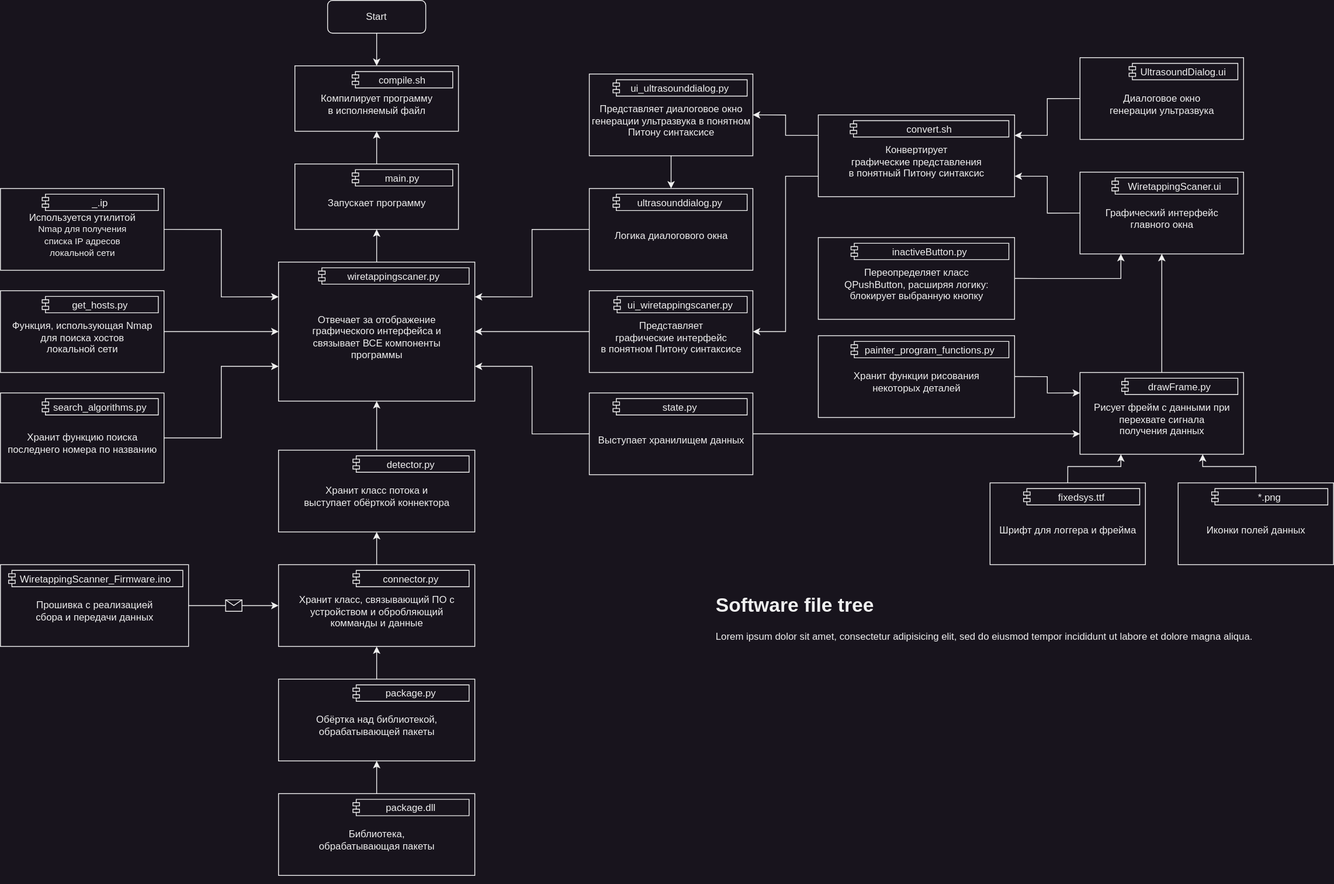
This is schemes/Wiretapping Scanner-Software file tree.drawio.svg from Nakama3942/WiretappingScanner, a draw.io export, as it was before one commit. Source tidied: cells renumbered, new cells last; positions are measured from the earlier drawing's top-left corner, leaving out a move shared by most shapes.
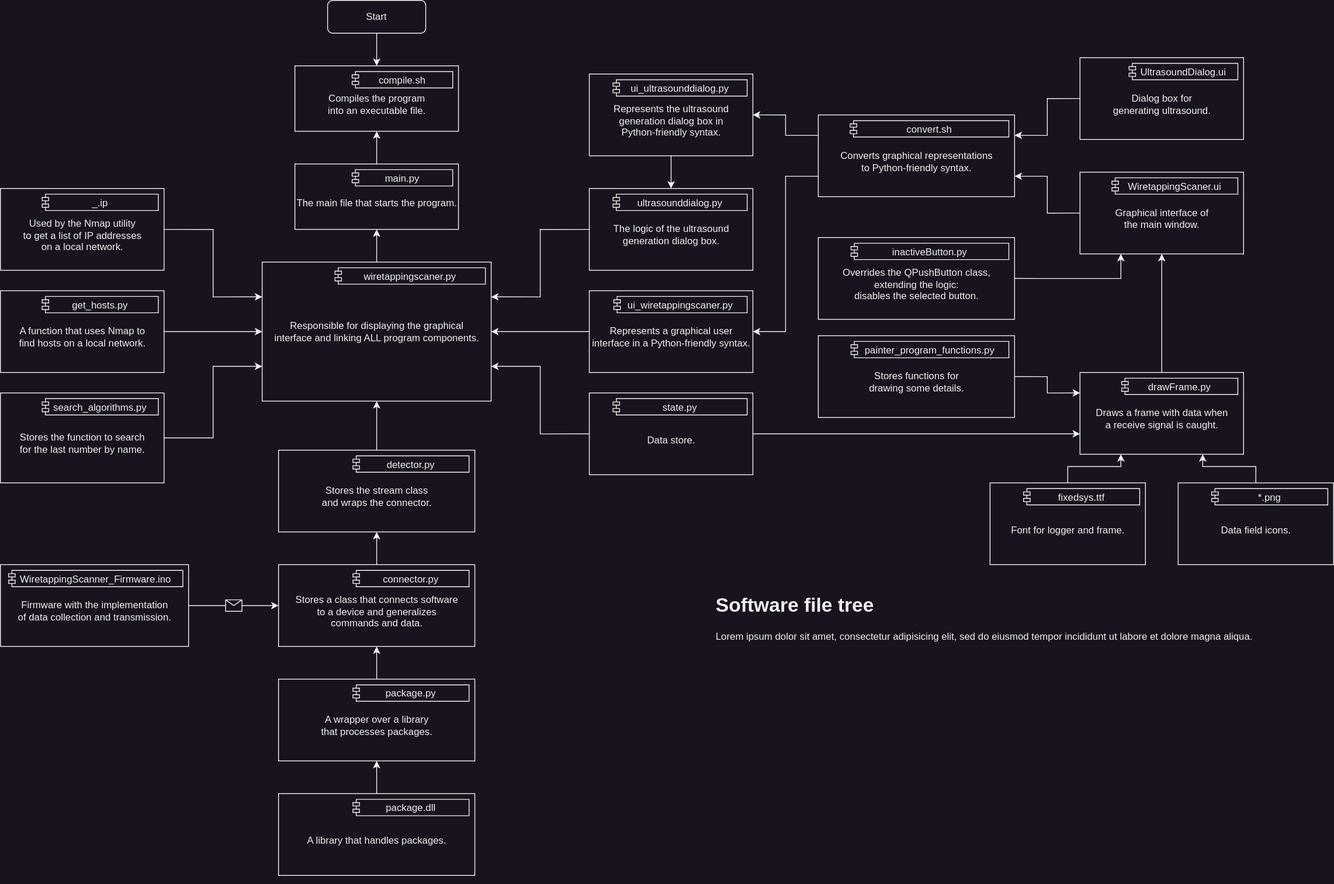
The same diagram one commit later.

What changed in the source:
```diff
@@ -11,7 +11,7 @@
     <mxCell id="4" style="edgeStyle=orthogonalEdgeStyle;rounded=0;jettySize=auto;html=1;exitX=1;exitY=0.5;exitDx=0;exitDy=0;entryX=0;entryY=0.25;entryDx=0;entryDy=0;" parent="1" edge="1" source="5" target="11">
       <mxGeometry relative="1" as="geometry" />
     </mxCell>
-    <mxCell id="5" value="&lt;br&gt;Используется утилитой&lt;br style=&quot;font-size: 11px;&quot;&gt;&lt;span style=&quot;font-size: 11px; background-color: rgb(24, 20, 29);&quot;&gt;Nmap для получения&lt;/span&gt;&lt;br style=&quot;font-size: 11px;&quot;&gt;&lt;span style=&quot;font-size: 11px; background-color: rgb(24, 20, 29);&quot;&gt;списка IP адресов&lt;/span&gt;&lt;br style=&quot;font-size: 11px;&quot;&gt;&lt;span style=&quot;font-size: 11px; background-color: rgb(24, 20, 29);&quot;&gt;локальной сети&lt;/span&gt;" style="html=1;" parent="1" vertex="1">
+    <mxCell id="5" value="&lt;br&gt;Used by the Nmap utility&lt;br&gt;to get a list of IP addresses&lt;br&gt;on a local network." style="html=1;" parent="1" vertex="1">
       <mxGeometry y="230" width="200" height="100" as="geometry" />
     </mxCell>
     <mxCell id="6" value="_.ip" style="shape=module;jettyWidth=8;jettyHeight=4;" parent="5" vertex="1">
@@ -22,7 +22,7 @@
     <mxCell id="7" style="edgeStyle=orthogonalEdgeStyle;rounded=0;jettySize=auto;html=1;exitX=0.5;exitY=0;exitDx=0;exitDy=0;entryX=0.5;entryY=1;entryDx=0;entryDy=0;" parent="1" edge="1" source="8" target="63">
       <mxGeometry relative="1" as="geometry" />
     </mxCell>
-    <mxCell id="8" value="&lt;br&gt;Запускает программу" style="html=1;" parent="1" vertex="1">
+    <mxCell id="8" value="&lt;br&gt;The main file that starts the program." style="html=1;" parent="1" vertex="1">
       <mxGeometry x="360" y="200" width="200" height="80" as="geometry" />
     </mxCell>
     <mxCell id="9" value="main.py" style="shape=module;jettyWidth=8;jettyHeight=4;" parent="8" vertex="1">
@@ -33,8 +33,8 @@
     <mxCell id="10" style="edgeStyle=orthogonalEdgeStyle;rounded=0;jettySize=auto;html=1;exitX=0.5;exitY=0;exitDx=0;exitDy=0;entryX=0.5;entryY=1;entryDx=0;entryDy=0;" parent="1" edge="1" source="11" target="8">
       <mxGeometry relative="1" as="geometry" />
     </mxCell>
-    <mxCell id="11" value="&lt;br&gt;Отвечает за отображение&lt;br&gt;графического интерфейса и&lt;br&gt;связывает ВСЕ компоненты&lt;br&gt;программы" style="html=1;" parent="1" vertex="1">
-      <mxGeometry x="340" y="320" width="240" height="170" as="geometry" />
+    <mxCell id="11" value="Responsible for displaying the graphical&lt;br&gt;interface and linking ALL program components." style="html=1;" parent="1" vertex="1">
+      <mxGeometry x="320" y="320" width="280" height="170" as="geometry" />
     </mxCell>
     <mxCell id="12" value="wiretappingscaner.py" style="shape=module;jettyWidth=8;jettyHeight=4;" parent="11" vertex="1">
       <mxGeometry x="1" width="184" height="20" relative="1" as="geometry">
@@ -44,7 +44,7 @@
     <mxCell id="13" style="edgeStyle=orthogonalEdgeStyle;rounded=0;jettySize=auto;html=1;exitX=0;exitY=0.5;exitDx=0;exitDy=0;entryX=1;entryY=0.5;entryDx=0;entryDy=0;" parent="1" edge="1" source="14" target="11">
       <mxGeometry relative="1" as="geometry" />
     </mxCell>
-    <mxCell id="14" value="&lt;br&gt;Представляет&lt;br&gt;графические интерфейс&lt;br&gt;в понятном Питону синтаксисе" style="html=1;" parent="1" vertex="1">
+    <mxCell id="14" value="&lt;br&gt;Represents a graphical user&lt;br&gt;interface in a Python-friendly syntax." style="html=1;" parent="1" vertex="1">
       <mxGeometry x="720" y="355" width="200" height="100" as="geometry" />
     </mxCell>
     <mxCell id="15" value="ui_wiretappingscaner.py" style="shape=module;jettyWidth=8;jettyHeight=4;" parent="14" vertex="1">
@@ -55,7 +55,7 @@
     <mxCell id="16" style="edgeStyle=orthogonalEdgeStyle;rounded=0;jettySize=auto;html=1;exitX=0;exitY=0.5;exitDx=0;exitDy=0;entryX=1;entryY=0.25;entryDx=0;entryDy=0;" parent="1" edge="1" source="17" target="11">
       <mxGeometry relative="1" as="geometry" />
     </mxCell>
-    <mxCell id="17" value="&lt;br&gt;Логика диалогового окна" style="html=1;" parent="1" vertex="1">
+    <mxCell id="17" value="&lt;br&gt;The logic of the ultrasound&lt;br&gt;generation dialog box." style="html=1;" parent="1" vertex="1">
       <mxGeometry x="720" y="230" width="200" height="100" as="geometry" />
     </mxCell>
     <mxCell id="18" value="ultrasounddialog.py" style="shape=module;jettyWidth=8;jettyHeight=4;" parent="17" vertex="1">
@@ -66,7 +66,7 @@
     <mxCell id="19" style="edgeStyle=orthogonalEdgeStyle;rounded=0;jettySize=auto;html=1;exitX=0.5;exitY=1;exitDx=0;exitDy=0;" parent="1" edge="1" source="20" target="17">
       <mxGeometry relative="1" as="geometry" />
     </mxCell>
-    <mxCell id="20" value="&lt;br&gt;Представляет диалоговое окно&lt;br&gt;генерации ультразвука в понятном&lt;br&gt;Питону синтаксисе" style="html=1;" parent="1" vertex="1">
+    <mxCell id="20" value="&lt;br&gt;Represents the ultrasound&lt;br&gt;generation dialog box in&lt;br&gt;Python-friendly syntax." style="html=1;" parent="1" vertex="1">
       <mxGeometry x="720" y="90" width="200" height="100" as="geometry" />
     </mxCell>
     <mxCell id="21" value="ui_ultrasounddialog.py" style="shape=module;jettyWidth=8;jettyHeight=4;" parent="20" vertex="1">
@@ -77,7 +77,7 @@
     <mxCell id="22" style="edgeStyle=orthogonalEdgeStyle;rounded=0;jettySize=auto;html=1;exitX=1;exitY=0.5;exitDx=0;exitDy=0;entryX=0.25;entryY=1;entryDx=0;entryDy=0;" parent="1" edge="1" source="23" target="71">
       <mxGeometry relative="1" as="geometry" />
     </mxCell>
-    <mxCell id="23" value="&lt;br&gt;Переопределяет класс&lt;br&gt;QPushButton&lt;span style=&quot;background-color: initial;&quot;&gt;,&amp;nbsp;&lt;/span&gt;расширяя логику:&lt;br&gt;блокирует выбранную кнопку" style="html=1;" parent="1" vertex="1">
+    <mxCell id="23" value="&lt;br&gt;Overrides the QPushButton class,&lt;br&gt;extending the logic:&lt;br&gt;disables the selected button." style="html=1;" parent="1" vertex="1">
       <mxGeometry x="1000" y="290" width="240" height="100" as="geometry" />
     </mxCell>
     <mxCell id="24" value="inactiveButton.py" style="shape=module;jettyWidth=8;jettyHeight=4;" parent="23" vertex="1">
@@ -88,7 +88,7 @@
     <mxCell id="25" style="edgeStyle=orthogonalEdgeStyle;rounded=0;jettySize=auto;html=1;exitX=0.5;exitY=0;exitDx=0;exitDy=0;entryX=0.5;entryY=1;entryDx=0;entryDy=0;" parent="1" edge="1" source="26" target="71">
       <mxGeometry relative="1" as="geometry" />
     </mxCell>
-    <mxCell id="26" value="&lt;br&gt;Рисует фрейм с данными при&lt;br&gt;перехвате сигнала&lt;br&gt;получения данных" style="html=1;" parent="1" vertex="1">
+    <mxCell id="26" value="&lt;br&gt;Draws a frame with data when&lt;br&gt;a receive signal is caught." style="html=1;" parent="1" vertex="1">
       <mxGeometry x="1320" y="455" width="200" height="100" as="geometry" />
     </mxCell>
     <mxCell id="27" value="drawFrame.py" style="shape=module;jettyWidth=8;jettyHeight=4;" parent="26" vertex="1">
@@ -99,7 +99,7 @@
     <mxCell id="28" style="edgeStyle=orthogonalEdgeStyle;rounded=0;jettySize=auto;html=1;exitX=0.5;exitY=0;exitDx=0;exitDy=0;entryX=0.5;entryY=1;entryDx=0;entryDy=0;" parent="1" edge="1" source="29" target="11">
       <mxGeometry relative="1" as="geometry" />
     </mxCell>
-    <mxCell id="29" value="&lt;br&gt;Хранит класс потока и&lt;br&gt;выступает обёрткой коннектора" style="html=1;" parent="1" vertex="1">
+    <mxCell id="29" value="&lt;br&gt;Stores the stream class&lt;br&gt;and wraps the connector." style="html=1;" parent="1" vertex="1">
       <mxGeometry x="340" y="550" width="240" height="100" as="geometry" />
     </mxCell>
     <mxCell id="30" value="detector.py" style="shape=module;jettyWidth=8;jettyHeight=4;" parent="29" vertex="1">
@@ -110,7 +110,7 @@
     <mxCell id="31" style="edgeStyle=orthogonalEdgeStyle;rounded=0;jettySize=auto;html=1;exitX=0.5;exitY=0;exitDx=0;exitDy=0;entryX=0.25;entryY=1;entryDx=0;entryDy=0;" parent="1" edge="1" source="32" target="26">
       <mxGeometry relative="1" as="geometry" />
     </mxCell>
-    <mxCell id="32" value="&lt;br&gt;Шрифт для логгера и фрейма" style="html=1;" parent="1" vertex="1">
+    <mxCell id="32" value="&lt;br&gt;Font for logger and frame." style="html=1;" parent="1" vertex="1">
       <mxGeometry x="1210" y="590" width="190" height="100" as="geometry" />
     </mxCell>
     <mxCell id="33" value="fixedsys.ttf" style="shape=module;jettyWidth=8;jettyHeight=4;" parent="32" vertex="1">
@@ -121,7 +121,7 @@
     <mxCell id="34" style="edgeStyle=orthogonalEdgeStyle;rounded=0;jettySize=auto;html=1;exitX=1;exitY=0.5;exitDx=0;exitDy=0;entryX=0;entryY=0.75;entryDx=0;entryDy=0;" parent="1" edge="1" source="35" target="11">
       <mxGeometry relative="1" as="geometry" />
     </mxCell>
-    <mxCell id="35" value="&lt;br&gt;Хранит функцию поиска&lt;br&gt;последнего номера по названию" style="html=1;" parent="1" vertex="1">
+    <mxCell id="35" value="&lt;br&gt;Stores the function to search&lt;br&gt;for the last number by name." style="html=1;" parent="1" vertex="1">
       <mxGeometry y="480" width="200" height="110" as="geometry" />
     </mxCell>
     <mxCell id="36" value="search_algorithms.py" style="shape=module;jettyWidth=8;jettyHeight=4;" parent="35" vertex="1">
@@ -132,7 +132,7 @@
     <mxCell id="37" style="edgeStyle=orthogonalEdgeStyle;rounded=0;jettySize=auto;html=1;exitX=1;exitY=0.5;exitDx=0;exitDy=0;entryX=0;entryY=0.5;entryDx=0;entryDy=0;" parent="1" edge="1" source="38" target="11">
       <mxGeometry relative="1" as="geometry" />
     </mxCell>
-    <mxCell id="38" value="&lt;br&gt;Функция, использующая Nmap&lt;br&gt;для поиска хостов&lt;br&gt;локальной сети" style="html=1;" parent="1" vertex="1">
+    <mxCell id="38" value="&lt;br&gt;A function that uses Nmap to&lt;br&gt;find hosts on a local network." style="html=1;" parent="1" vertex="1">
       <mxGeometry y="355" width="200" height="100" as="geometry" />
     </mxCell>
     <mxCell id="39" value="get_hosts.py" style="shape=module;jettyWidth=8;jettyHeight=4;" parent="38" vertex="1">
@@ -146,7 +146,7 @@
     <mxCell id="41" style="edgeStyle=orthogonalEdgeStyle;rounded=0;jettySize=auto;html=1;exitX=0;exitY=0.5;exitDx=0;exitDy=0;entryX=1;entryY=0.75;entryDx=0;entryDy=0;" parent="1" edge="1" source="42" target="11">
       <mxGeometry relative="1" as="geometry" />
     </mxCell>
-    <mxCell id="42" value="&lt;br&gt;Выступает хранилищем данных" style="html=1;" parent="1" vertex="1">
+    <mxCell id="42" value="&lt;br&gt;Data store." style="html=1;" parent="1" vertex="1">
       <mxGeometry x="720" y="480" width="200" height="100" as="geometry" />
     </mxCell>
     <mxCell id="43" value="state.py" style="shape=module;jettyWidth=8;jettyHeight=4;" parent="42" vertex="1">
@@ -157,7 +157,7 @@
     <mxCell id="44" style="edgeStyle=orthogonalEdgeStyle;rounded=0;jettySize=auto;html=1;exitX=0.5;exitY=0;exitDx=0;exitDy=0;entryX=0.75;entryY=1;entryDx=0;entryDy=0;" parent="1" edge="1" source="45" target="26">
       <mxGeometry relative="1" as="geometry" />
     </mxCell>
-    <mxCell id="45" value="&lt;br&gt;Иконки полей данных" style="html=1;" parent="1" vertex="1">
+    <mxCell id="45" value="&lt;br&gt;Data field icons." style="html=1;" parent="1" vertex="1">
       <mxGeometry x="1440" y="590" width="190" height="100" as="geometry" />
     </mxCell>
     <mxCell id="46" value="*.png" style="shape=module;jettyWidth=8;jettyHeight=4;" parent="45" vertex="1">
@@ -168,7 +168,7 @@
     <mxCell id="47" style="edgeStyle=orthogonalEdgeStyle;rounded=0;jettySize=auto;html=1;exitX=1;exitY=0.5;exitDx=0;exitDy=0;entryX=0;entryY=0.25;entryDx=0;entryDy=0;" parent="1" edge="1" source="48" target="26">
       <mxGeometry relative="1" as="geometry" />
     </mxCell>
-    <mxCell id="48" value="&lt;br&gt;Хранит функции рисования&lt;br&gt;некоторых деталей" style="html=1;" parent="1" vertex="1">
+    <mxCell id="48" value="&lt;br&gt;Stores functions for&lt;br&gt;drawing some details." style="html=1;" parent="1" vertex="1">
       <mxGeometry x="1000" y="410" width="240" height="100" as="geometry" />
     </mxCell>
     <mxCell id="49" value="painter_program_functions.py" style="shape=module;jettyWidth=8;jettyHeight=4;" parent="48" vertex="1">
@@ -179,7 +179,7 @@
     <mxCell id="50" style="edgeStyle=orthogonalEdgeStyle;rounded=0;jettySize=auto;html=1;exitX=0.5;exitY=0;exitDx=0;exitDy=0;entryX=0.5;entryY=1;entryDx=0;entryDy=0;" parent="1" edge="1" source="51" target="29">
       <mxGeometry relative="1" as="geometry" />
     </mxCell>
-    <mxCell id="51" value="&lt;br&gt;Хранит класс, связывающий ПО с&lt;br&gt;устройством и обробляющий&lt;br&gt;комманды и данные" style="html=1;" parent="1" vertex="1">
+    <mxCell id="51" value="&lt;br&gt;Stores a class that connects software&lt;br&gt;to a device and generalizes&lt;br&gt;commands and data." style="html=1;" parent="1" vertex="1">
       <mxGeometry x="340" y="690" width="240" height="100" as="geometry" />
     </mxCell>
     <mxCell id="52" value="connector.py" style="shape=module;jettyWidth=8;jettyHeight=4;" parent="51" vertex="1">
@@ -190,7 +190,7 @@
     <mxCell id="53" style="edgeStyle=orthogonalEdgeStyle;rounded=0;jettySize=auto;html=1;exitX=0.5;exitY=0;exitDx=0;exitDy=0;entryX=0.5;entryY=1;entryDx=0;entryDy=0;" parent="1" edge="1" source="54" target="51">
       <mxGeometry relative="1" as="geometry" />
     </mxCell>
-    <mxCell id="54" value="&lt;br&gt;Обёртка над библиотекой,&lt;br&gt;обрабатывающей пакеты" style="html=1;" parent="1" vertex="1">
+    <mxCell id="54" value="&lt;br&gt;A wrapper over a library&lt;br&gt;that processes packages." style="html=1;" parent="1" vertex="1">
       <mxGeometry x="340" y="830" width="240" height="100" as="geometry" />
     </mxCell>
     <mxCell id="55" value="package.py" style="shape=module;jettyWidth=8;jettyHeight=4;" parent="54" vertex="1">
@@ -201,7 +201,7 @@
     <mxCell id="56" style="edgeStyle=orthogonalEdgeStyle;rounded=0;jettySize=auto;html=1;exitX=0.5;exitY=0;exitDx=0;exitDy=0;entryX=0.5;entryY=1;entryDx=0;entryDy=0;" parent="1" edge="1" source="57" target="54">
       <mxGeometry relative="1" as="geometry" />
     </mxCell>
-    <mxCell id="57" value="&lt;br&gt;Библиотека,&lt;br&gt;обрабатывающая пакеты" style="html=1;" parent="1" vertex="1">
+    <mxCell id="57" value="&lt;br&gt;A library that handles packages." style="html=1;" parent="1" vertex="1">
       <mxGeometry x="340" y="970" width="240" height="100" as="geometry" />
     </mxCell>
     <mxCell id="58" value="package.dll" style="shape=module;jettyWidth=8;jettyHeight=4;" parent="57" vertex="1">
@@ -215,7 +215,7 @@
     <mxCell id="60" style="edgeStyle=orthogonalEdgeStyle;rounded=0;jettySize=auto;html=1;exitX=0;exitY=0.75;exitDx=0;exitDy=0;entryX=1;entryY=0.5;entryDx=0;entryDy=0;" parent="1" edge="1" source="61" target="14">
       <mxGeometry relative="1" as="geometry" />
     </mxCell>
-    <mxCell id="61" value="&lt;br&gt;Конвертирует&lt;br&gt;графические представления&lt;br&gt;в понятный Питону синтаксис" style="html=1;" parent="1" vertex="1">
+    <mxCell id="61" value="&lt;br&gt;Converts graphical representations&lt;br&gt;to Python-friendly syntax." style="html=1;" parent="1" vertex="1">
       <mxGeometry x="1000" y="140" width="240" height="100" as="geometry" />
     </mxCell>
     <mxCell id="62" value="convert.sh" style="shape=module;jettyWidth=8;jettyHeight=4;" parent="61" vertex="1">
@@ -223,7 +223,7 @@
         <mxPoint x="-201" y="7" as="offset" />
       </mxGeometry>
     </mxCell>
-    <mxCell id="63" value="&lt;br&gt;Компилирует программу&lt;br&gt;в исполняемый файл" style="html=1;" parent="1" vertex="1">
+    <mxCell id="63" value="&lt;br&gt;Compiles the program&lt;br&gt;into an executable file." style="html=1;" parent="1" vertex="1">
       <mxGeometry x="360" y="80" width="200" height="80" as="geometry" />
     </mxCell>
     <mxCell id="64" value="compile.sh" style="shape=module;jettyWidth=8;jettyHeight=4;" parent="63" vertex="1">
@@ -231,7 +231,7 @@
         <mxPoint x="-130" y="7" as="offset" />
       </mxGeometry>
     </mxCell>
-    <mxCell id="65" value="&lt;br&gt;Прошивка с реализацией&lt;br&gt;сбора и передачи данных" style="html=1;" parent="1" vertex="1">
+    <mxCell id="65" value="&lt;br&gt;Firmware with the implementation&lt;br&gt;of data collection and transmission." style="html=1;" parent="1" vertex="1">
       <mxGeometry y="690" width="230" height="100" as="geometry" />
     </mxCell>
     <mxCell id="66" value="WiretappingScanner_Firmware.ino" style="shape=module;jettyWidth=8;jettyHeight=4;" parent="65" vertex="1">
@@ -242,7 +242,7 @@
     <mxCell id="67" style="edgeStyle=orthogonalEdgeStyle;rounded=0;jettySize=auto;html=1;exitX=0;exitY=0.5;exitDx=0;exitDy=0;entryX=1;entryY=0.25;entryDx=0;entryDy=0;" parent="1" edge="1" source="68" target="61">
       <mxGeometry relative="1" as="geometry" />
     </mxCell>
-    <mxCell id="68" value="&lt;br&gt;Диалоговое окно&lt;br&gt;генерации ультразвука" style="html=1;" parent="1" vertex="1">
+    <mxCell id="68" value="&lt;br&gt;Dialog box for&lt;br&gt;generating ultrasound." style="html=1;" parent="1" vertex="1">
       <mxGeometry x="1320" y="70" width="200" height="100" as="geometry" />
     </mxCell>
     <mxCell id="69" value="UltrasoundDialog.ui" style="shape=module;jettyWidth=8;jettyHeight=4;" parent="68" vertex="1">
@@ -253,7 +253,7 @@
     <mxCell id="70" style="edgeStyle=orthogonalEdgeStyle;rounded=0;jettySize=auto;html=1;exitX=0;exitY=0.5;exitDx=0;exitDy=0;entryX=1;entryY=0.75;entryDx=0;entryDy=0;" parent="1" edge="1" source="71" target="61">
       <mxGeometry relative="1" as="geometry" />
     </mxCell>
-    <mxCell id="71" value="&lt;br&gt;Графический интерфейс&lt;br&gt;главного окна" style="html=1;" parent="1" vertex="1">
+    <mxCell id="71" value="&lt;br&gt;Graphical interface of&lt;br&gt;the main window." style="html=1;" parent="1" vertex="1">
       <mxGeometry x="1320" y="210" width="200" height="100" as="geometry" />
     </mxCell>
     <mxCell id="72" value="WiretappingScaner.ui" style="shape=module;jettyWidth=8;jettyHeight=4;" parent="71" vertex="1">
```
